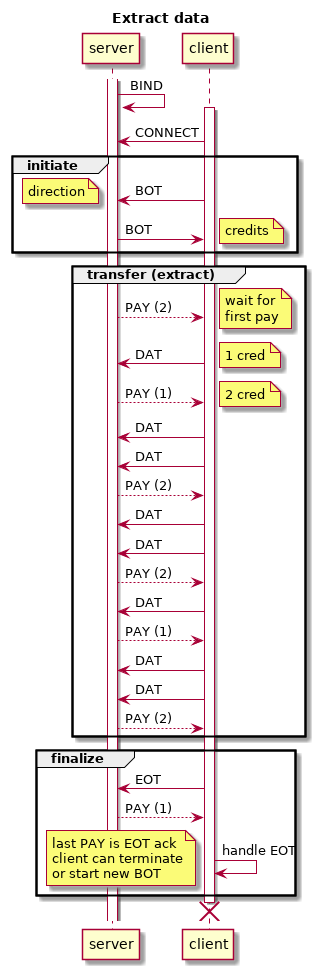
brettviren/zio keeps this PlantUML diagram as docs/flow-extract.png. Above is the earlier version. Source of this version:
```plantuml
@startuml
title Extract data
activate server
        server -> server: BIND
        activate client
                client -> server : CONNECT
                group initiate
                        client -> server : BOT
                        note left
                                direction
                        end note
                        server -> client : BOT
                        note right
                                credits
                        end note
                end
                group transfer (extract)
                        server --> client : PAY (2)
                        note right
                                wait for
                                first pay
                        end note
                        client  -> server : DAT
                        note right
                                1 cred
                        end note
                        server --> client : PAY (1)
                        note right
                                2 cred
                        end note
                        client  -> server : DAT
                        client  -> server : DAT
                        server --> client : PAY (2)
                        client  -> server : DAT
                        client  -> server : DAT
                        server --> client : PAY (2)
                        client  -> server : DAT
                        server --> client : PAY (1)
                        client  -> server : DAT
                        client  -> server : DAT
                        server --> client : PAY (2)
                end
                group finalize
                        client -> server : EOT
                        server --> client : PAY (1)
                        client -> client : handle EOT
                        note left
                                last PAY is EOT ack
                                client can terminate
                                or start new BOT
                        end note
                end
                destroy client
                @enduml
```
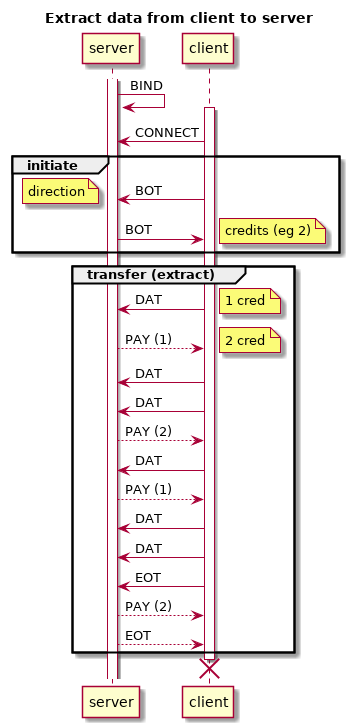
The same diagram one commit later.

Commit message:
Test out implementing flow protocol in boost.sml

Diff of the diagram source:
```diff
@@ -1,5 +1,5 @@
 @startuml
-title Extract data
+title Extract data from client to server
 activate server
         server -> server: BIND
         activate client
@@ -11,15 +11,10 @@
                         end note
                         server -> client : BOT
                         note right
-                                credits
+                                credits (eg 2)
                         end note
                 end
                 group transfer (extract)
-                        server --> client : PAY (2)
-                        note right
-                                wait for
-                                first pay
-                        end note
                         client  -> server : DAT
                         note right
                                 1 cred
@@ -32,23 +27,12 @@
                         client  -> server : DAT
                         server --> client : PAY (2)
                         client  -> server : DAT
-                        client  -> server : DAT
-                        server --> client : PAY (2)
-                        client  -> server : DAT
                         server --> client : PAY (1)
                         client  -> server : DAT
                         client  -> server : DAT
+                        client -> server : EOT
                         server --> client : PAY (2)
-                end
-                group finalize
-                        client -> server : EOT
-                        server --> client : PAY (1)
-                        client -> client : handle EOT
-                        note left
-                                last PAY is EOT ack
-                                client can terminate
-                                or start new BOT
-                        end note
+                        server --> client : EOT
                 end
                 destroy client
                 @enduml
```
